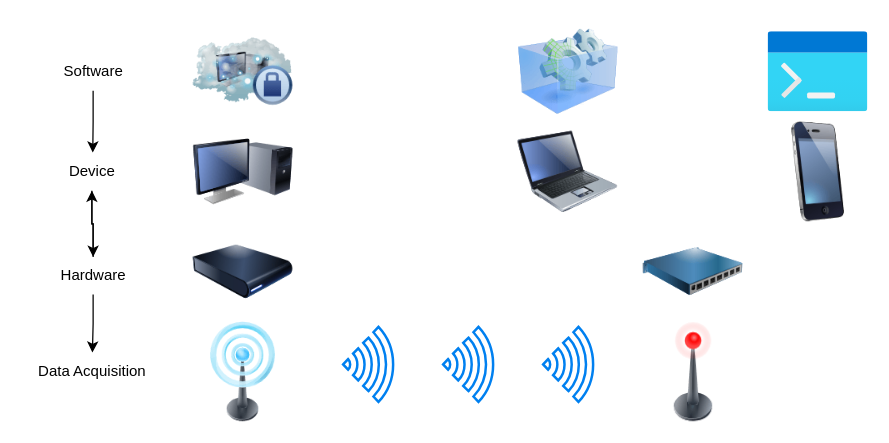
The draw.io diagram 软硬协同框架.drawio in 1434470591/wubotao.github.io, before the edit. Source tidied: cells renumbered, new cells numbered last; positions are measured from the earlier drawing's top-left corner, leaving out a move shared by most shapes. Both pictures are drawn from the tidied source at 125%, with x=0, y=0 at pixel (22, 21).
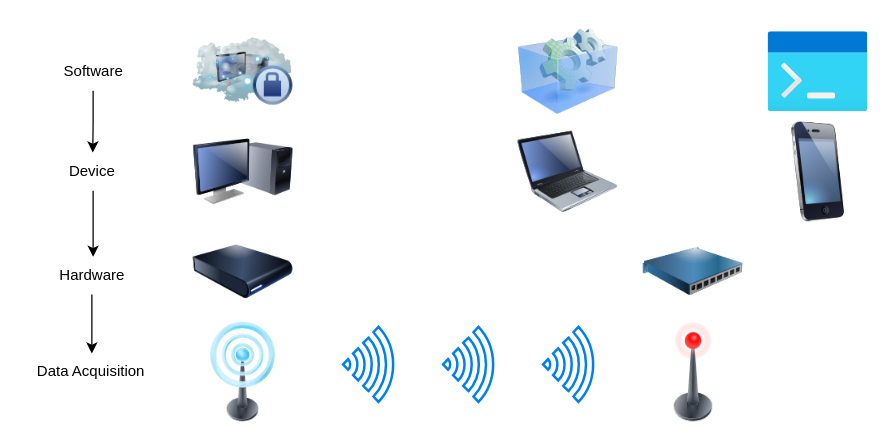
After the change.

Commit message (it also covers changes not shown here):
更新软硬协同框架.drawio

Unchanged cells that the change refers to:
```xml
<mxCell id="16" value="Device" style="text;html=1;align=center;verticalAlign=middle;points=[];strokeColor=none;fillColor=none;" parent="1" vertex="1">
  <mxGeometry x="25" y="105" width="60" height="30" as="geometry" />
</mxCell>
<mxCell id="19" value="Software" style="text;html=1;align=center;verticalAlign=middle;points=[];strokeColor=none;fillColor=none;" parent="1" vertex="1">
  <mxGeometry x="21" y="25" width="70" height="30" as="geometry" />
</mxCell>
```

Diff of the diagram source:
```diff
@@
-    <mxCell id="15" style="edgeStyle=orthogonalEdgeStyle;rounded=0;jettySize=auto;html=1;" parent="1" edge="1" source="16" target="18">
-      <mxGeometry relative="1" as="geometry" />
+    <mxCell id="15" style="edgeStyle=orthogonalEdgeStyle;rounded=0;orthogonalLoop=1;jettySize=auto;html=1;" parent="1" edge="1">
+      <mxGeometry relative="1" as="geometry">
+        <mxPoint x="56" y="135" as="sourcePoint" />
+        <mxPoint x="56" y="188" as="targetPoint" />
+      </mxGeometry>
     </mxCell>
@@
-    <mxCell id="17" style="edgeStyle=orthogonalEdgeStyle;rounded=0;jettySize=auto;html=1;" parent="1" edge="1" source="18" target="16">
-      <mxGeometry relative="1" as="geometry" />
-    </mxCell>
     <mxCell id="18" value="Hardware" style="text;html=1;align=center;verticalAlign=middle;points=[];strokeColor=none;fillColor=none;" parent="1" vertex="1">
-      <mxGeometry x="16" y="188" width="80" height="30" as="geometry" />
+      <mxGeometry x="15" y="188" width="80" height="30" as="geometry" />
     </mxCell>
@@
     <mxCell id="20" value="Data Acquisition" style="text;html=1;align=center;verticalAlign=middle;points=[];strokeColor=none;fillColor=none;" parent="1" vertex="1">
-      <mxGeometry y="265" width="110" height="30" as="geometry" />
+      <mxGeometry x="-1" y="265" width="110" height="30" as="geometry" />
     </mxCell>
+    <mxCell id="22" style="edgeStyle=orthogonalEdgeStyle;rounded=0;jettySize=auto;html=1;entryX=0.512;entryY=-0.014;entryDx=0;entryDy=0;entryPerimeter=0;" parent="1" edge="1" source="19" target="16">
+      <mxGeometry relative="1" as="geometry" />
+    </mxCell>
-    <mxCell id="21" style="edgeStyle=orthogonalEdgeStyle;rounded=0;jettySize=auto;html=1;entryX=0.504;entryY=-0.014;entryDx=0;entryDy=0;entryPerimeter=0;" parent="1" edge="1" source="18" target="20">
+    <mxCell id="21" style="edgeStyle=orthogonalEdgeStyle;rounded=0;jettySize=auto;html=1;entryX=0.509;entryY=0.012;entryDx=0;entryDy=0;entryPerimeter=0;" parent="1" edge="1" source="18" target="20">
       <mxGeometry relative="1" as="geometry" />
     </mxCell>
-    <mxCell id="22" style="edgeStyle=orthogonalEdgeStyle;rounded=0;jettySize=auto;html=1;entryX=0.512;entryY=-0.014;entryDx=0;entryDy=0;entryPerimeter=0;" parent="1" edge="1" source="19" target="16">
-      <mxGeometry relative="1" as="geometry" />
-    </mxCell>
```
